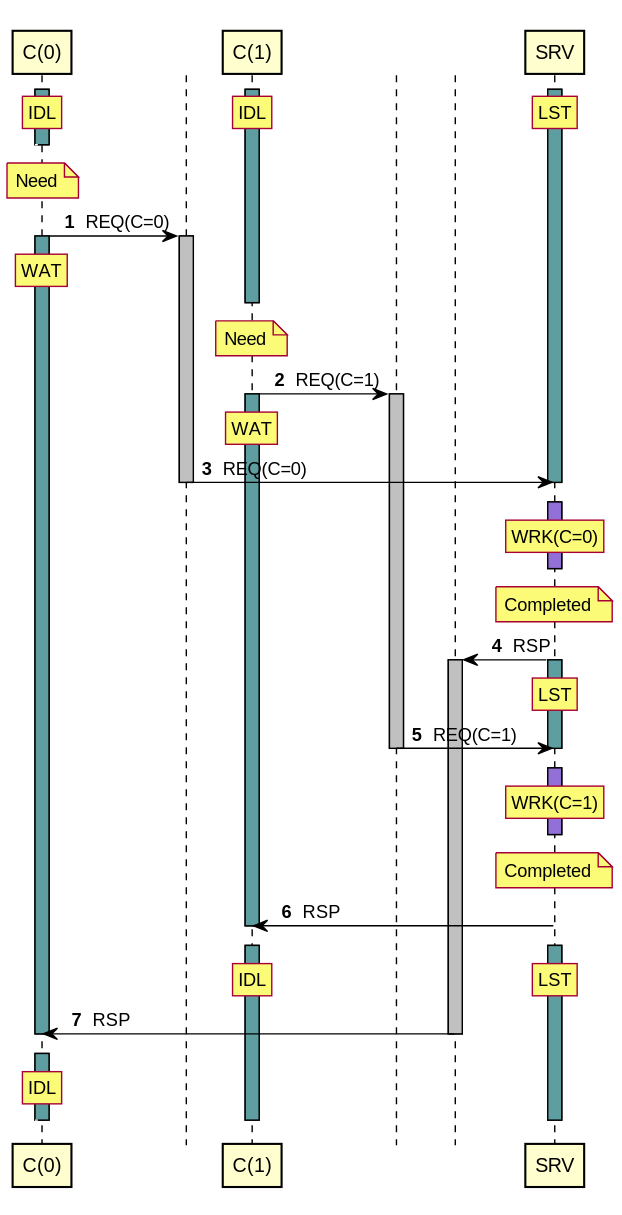
Earlier version of the PlantUML export tests/expected/test_clients_server/sequence.svg (orenbenkiki/total-space).
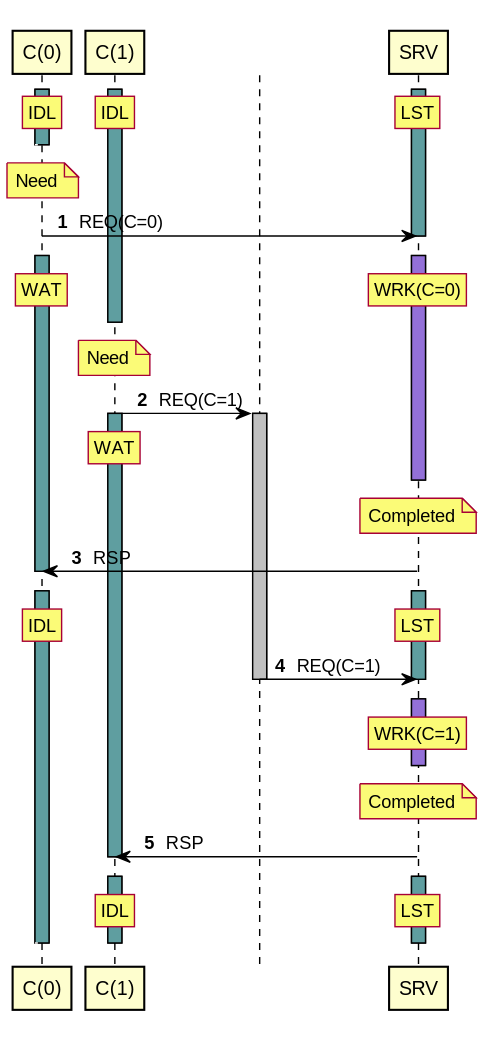
After the change.

The edit, as a diff of the source:
```diff
@@ -24,41 +24,41 @@
 autonumber resume
 deactivate A0
 note over A0 : Need
-control " " as T0 order 10101
-A0 -> T0 : REQ(C=0)
-activate T0 #Silver
+A0 -> A2 : REQ(C=0)
+deactivate A2
+autonumber stop
+[<[#White]-- A0
+autonumber resume
 activate A0 #CadetBlue
+activate A2 #MediumPurple
 rnote over A0 : WAT
+/ rnote over A2 : WRK(C=0)
 autonumber stop
 [<[#White]-- A0
 autonumber resume
 deactivate A1
 note over A1 : Need
-control " " as T1 order 10201
-A1 -> T1 : REQ(C=1)
-activate T1 #Silver
+control " " as T0 order 10201
+A1 -> T0 : REQ(C=1)
+activate T0 #Silver
 activate A1 #CadetBlue
 rnote over A1 : WAT
-T0 -> A2 : REQ(C=0)
-deactivate T0
-deactivate A2
-autonumber stop
-[<[#White]-- A0
-autonumber resume
-activate A2 #MediumPurple
-rnote over A2 : WRK(C=0)
 autonumber stop
 [<[#White]-- A0
 autonumber resume
 deactivate A2
 note over A2 : Completed
-control " " as T2 order 10299
-A2 -> T2 : RSP
-activate T2 #Silver
+A2 -> A0 : RSP
+deactivate A0
+autonumber stop
+[<[#White]-- A0
+autonumber resume
 activate A2 #CadetBlue
+activate A0 #CadetBlue
 rnote over A2 : LST
-T1 -> A2 : REQ(C=1)
-deactivate T1
+/ rnote over A0 : IDL
+T0 -> A2 : REQ(C=1)
+deactivate T0
 deactivate A2
 autonumber stop
 [<[#White]-- A0
@@ -79,14 +79,6 @@
 activate A1 #CadetBlue
 rnote over A2 : LST
 / rnote over A1 : IDL
-T2 -> A0 : RSP
-deactivate T2
-deactivate A0
-autonumber stop
-[<[#White]-- A0
-autonumber resume
-activate A0 #CadetBlue
-rnote over A0 : IDL
 autonumber stop
 [<[#White]-- A0
 autonumber resume
```
